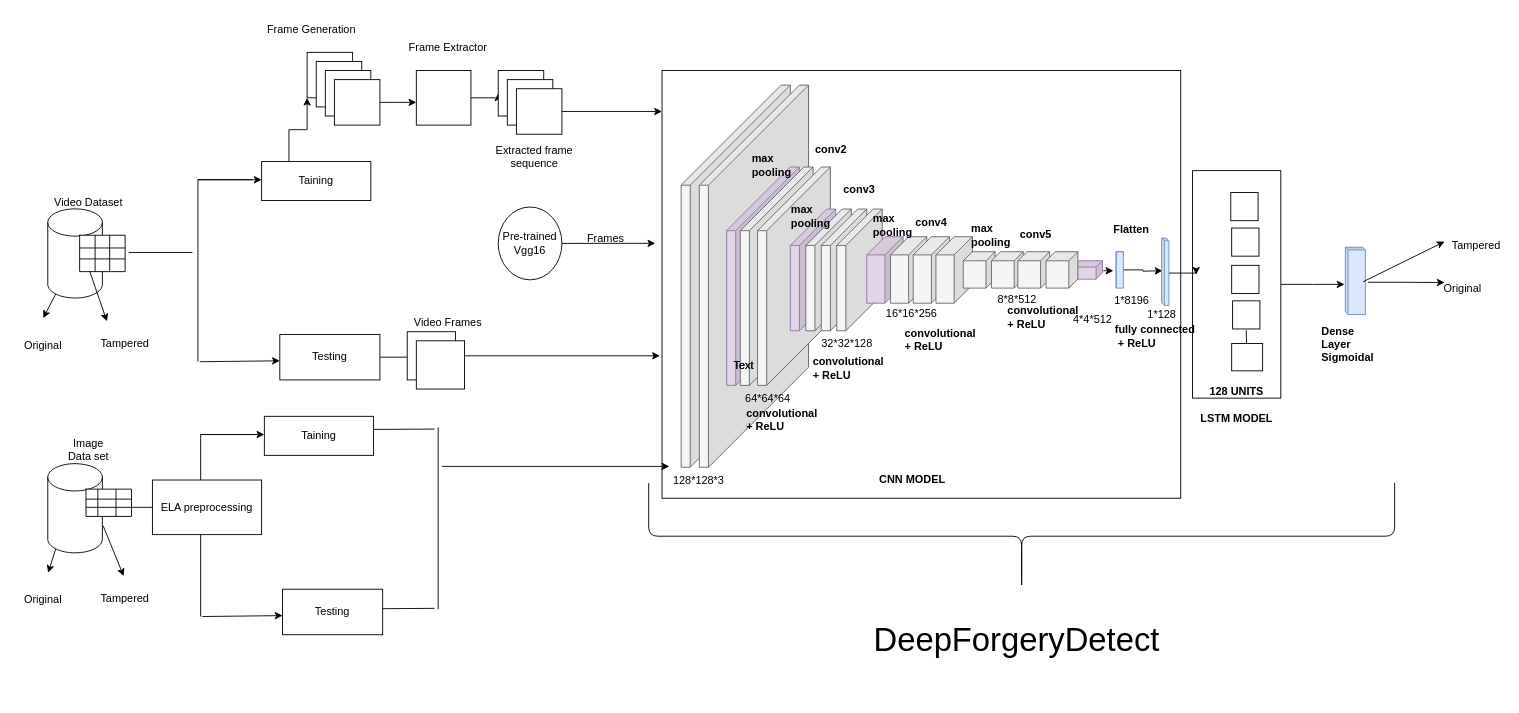
litty2011/Neural-Network-Architecture-Diagrams keeps this draw.io diagram as page "Page-3" (2 of 2) of vgg16_xml.drawio. Above is the earlier version. Source tidied: cells renumbered, new cells numbered last; positions are measured from the earlier drawing's top-left corner, leaving out a move shared by most shapes. Both pictures are drawn from the tidied source at 91%, with x=0, y=0 at pixel (15, 15).
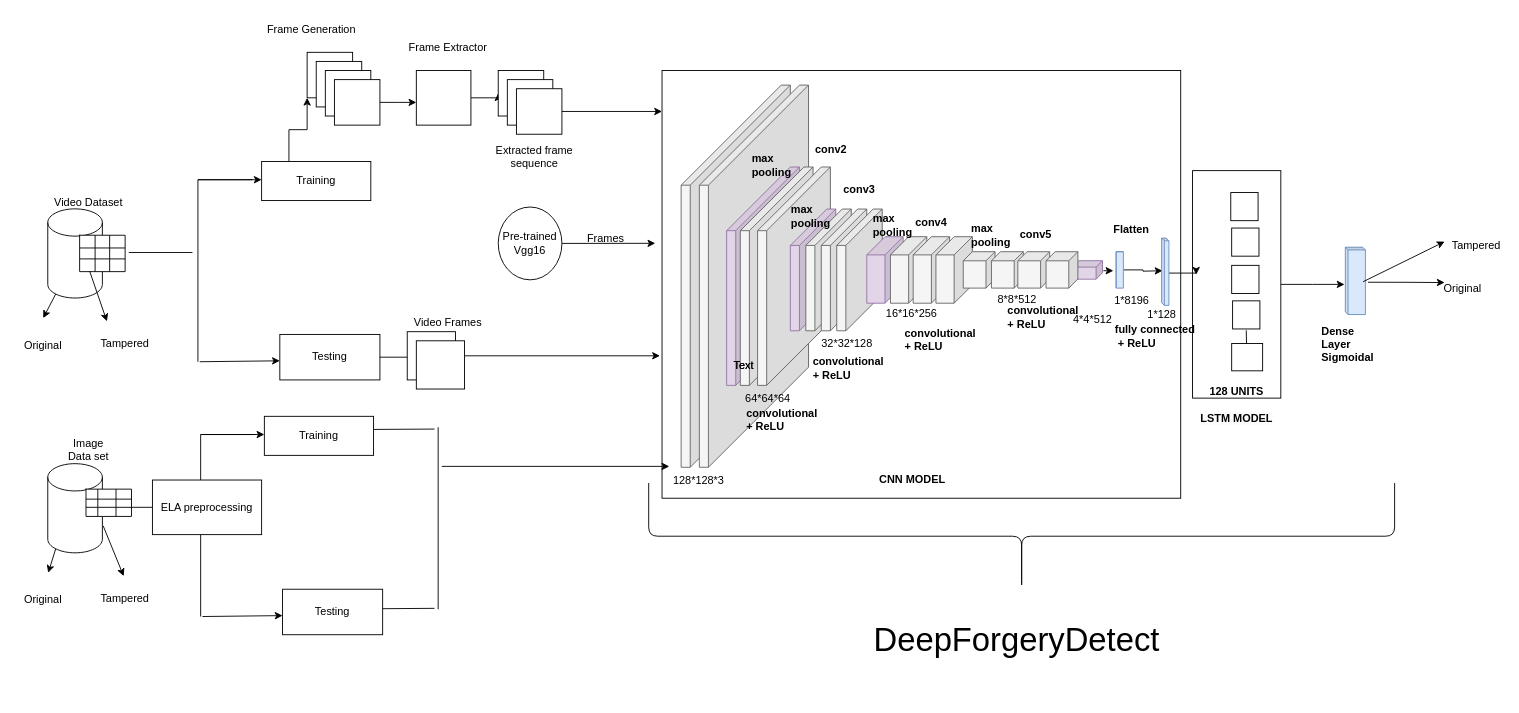
The same diagram, later.

Unchanged cells that the change refers to:
```xml
<mxCell id="133" style="group;" parent="1" vertex="1">
  <mxGeometry x="127" y="440" width="433" height="240" as="geometry" />
</mxCell>
```

Diff of the diagram source:
```diff
@@
-    <mxCell id="4" value="Taining" style="rounded=0;whiteSpace=wrap;html=1;" parent="1" vertex="1">
+    <mxCell id="4" value="Training" style="rounded=0;whiteSpace=wrap;html=1;" parent="1" vertex="1">
       <mxGeometry x="270" y="160" width="120" height="42.9" as="geometry" />
     </mxCell>
@@
-    <mxCell id="139" value="Taining" style="rounded=0;whiteSpace=wrap;html=1;" parent="133" vertex="1">
+    <mxCell id="139" value="Training" style="rounded=0;whiteSpace=wrap;html=1;" parent="133" vertex="1">
       <mxGeometry x="146" width="120" height="42.9" as="geometry" />
     </mxCell>
```
